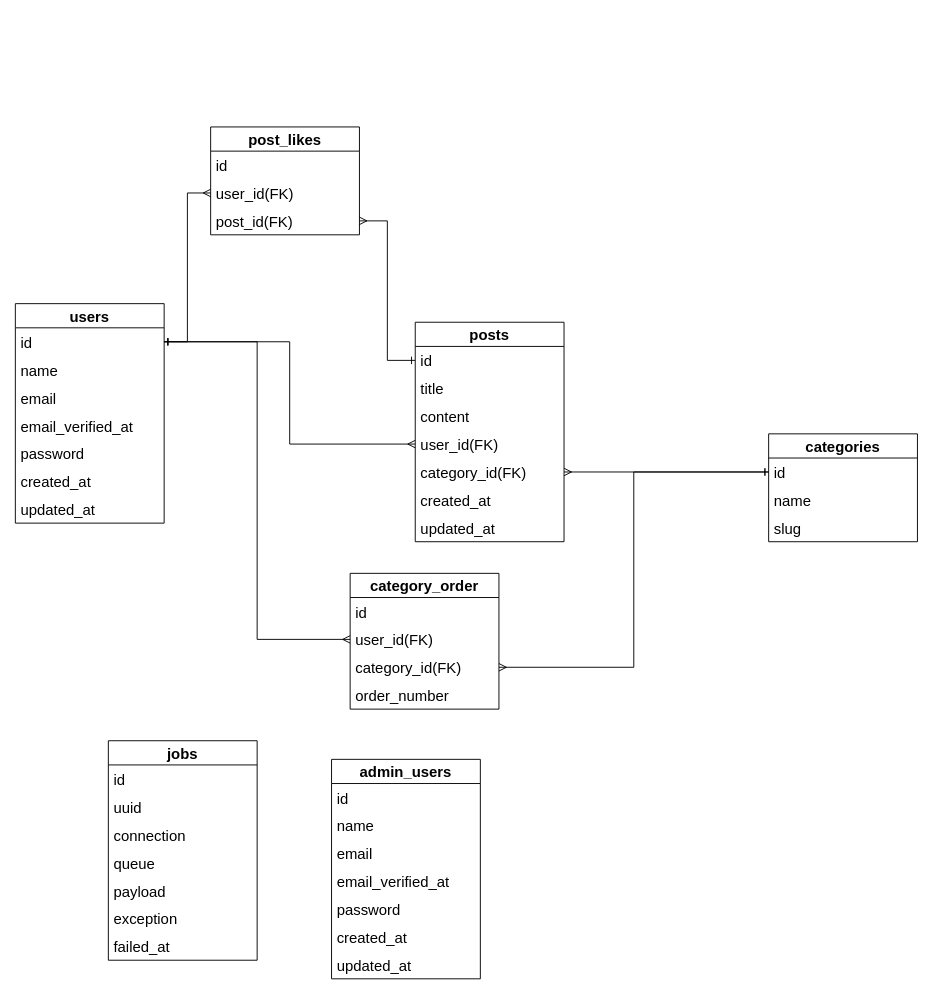
Earlier version of the draw.io diagram db.dio (SHIRO-11/promemo-back). Source tidied: cells renumbered, new cells numbered last; positions are measured from the earlier drawing's top-left corner, leaving out a move shared by most shapes. Both pictures are drawn from the tidied source at 93%, with x=0, y=0 at pixel (15, 126).
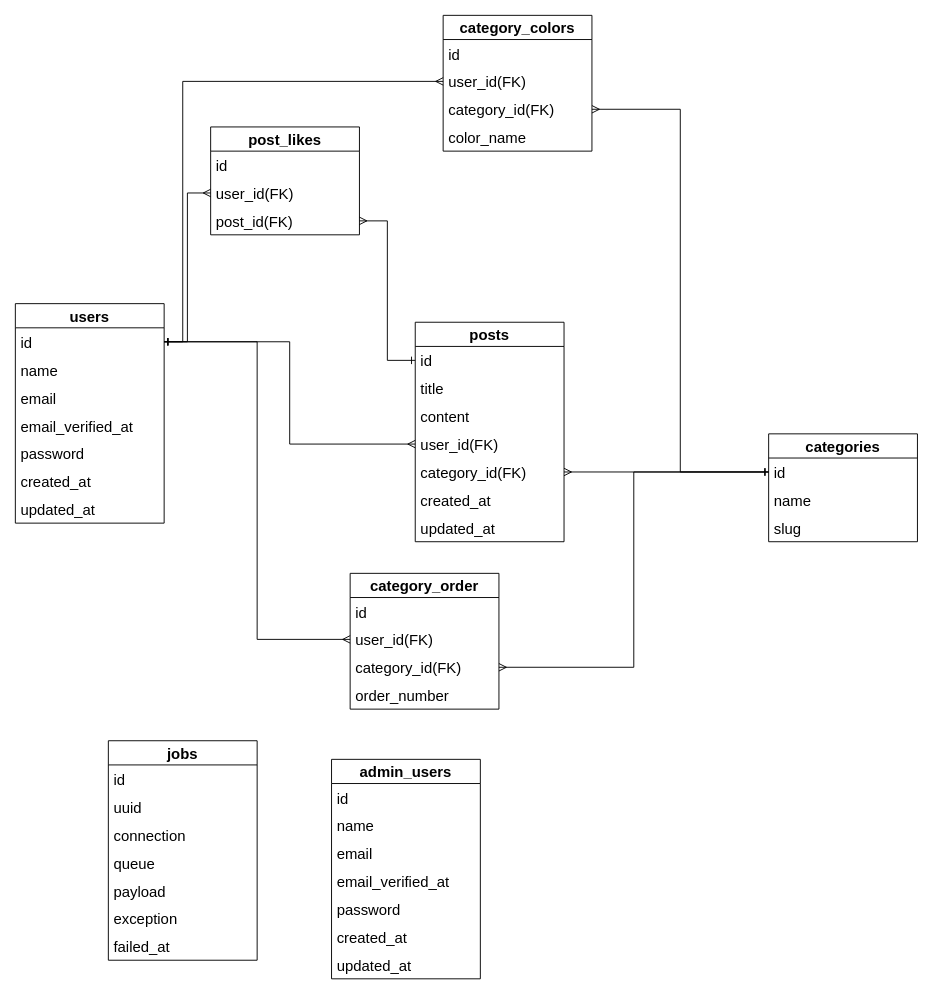
Above is the later version.

Unchanged cells that the change refers to:
```xml
<mxCell id="11" value="id" style="text;strokeColor=none;fillColor=none;spacingLeft=4;spacingRight=4;overflow=hidden;points=[[0,0.5],[1,0.5]];portConstraint=eastwest;fontSize=16;" parent="10" vertex="1">
  <mxGeometry y="26" width="160" height="30" as="geometry" />
</mxCell>
<mxCell id="42" value="id" style="text;strokeColor=none;fillColor=none;spacingLeft=4;spacingRight=4;overflow=hidden;points=[[0,0.5],[1,0.5]];portConstraint=eastwest;fontSize=16;" parent="41" vertex="1">
  <mxGeometry y="26" width="160" height="30" as="geometry" />
</mxCell>
```

Diff of the diagram source:
```diff
@@
+    <mxCell id="53" value="category_colors" style="swimlane;fontStyle=1;horizontal=1;startSize=26;align=center;fontSize=16;" parent="1" vertex="1">
+      <mxGeometry x="460" y="-120" width="160" height="146" as="geometry" />
+    </mxCell>
+    <mxCell id="54" value="id" style="text;strokeColor=none;fillColor=none;spacingLeft=4;spacingRight=4;overflow=hidden;fontSize=16;" parent="53" vertex="1">
+      <mxGeometry y="26" width="160" height="30" as="geometry" />
+    </mxCell>
+    <mxCell id="55" value="user_id(FK)" style="text;strokeColor=none;fillColor=none;spacingLeft=4;spacingRight=4;overflow=hidden;points=[[0,0.5],[1,0.5]];portConstraint=eastwest;fontSize=16;" parent="53" vertex="1">
+      <mxGeometry y="56" width="160" height="30" as="geometry" />
+    </mxCell>
+    <mxCell id="56" value="category_id(FK)" style="text;strokeColor=none;fillColor=none;spacingLeft=4;spacingRight=4;overflow=hidden;points=[[0,0.5],[1,0.5]];portConstraint=eastwest;fontSize=16;" parent="53" vertex="1">
+      <mxGeometry y="86" width="160" height="30" as="geometry" />
+    </mxCell>
+    <mxCell id="57" value="color_name" style="text;strokeColor=none;fillColor=none;spacingLeft=4;spacingRight=4;overflow=hidden;fontSize=16;" parent="53" vertex="1">
+      <mxGeometry y="116" width="160" height="30" as="geometry" />
+    </mxCell>
+    <mxCell id="58" style="edgeStyle=orthogonalEdgeStyle;rounded=0;jettySize=auto;html=1;fontSize=16;endArrow=ERmany;endFill=0;startArrow=ERone;startFill=0;" parent="1" edge="1" source="11" target="55">
+      <mxGeometry relative="1" as="geometry">
+        <Array as="points">
+          <mxPoint x="180" y="231" />
+          <mxPoint x="180" y="-49" />
+        </Array>
+      </mxGeometry>
+    </mxCell>
+    <mxCell id="59" style="edgeStyle=orthogonalEdgeStyle;rounded=0;jettySize=auto;html=1;fontSize=16;endArrow=ERmany;endFill=0;startArrow=ERone;startFill=0;" parent="1" edge="1" source="42" target="56">
+      <mxGeometry relative="1" as="geometry" />
+    </mxCell>
```
